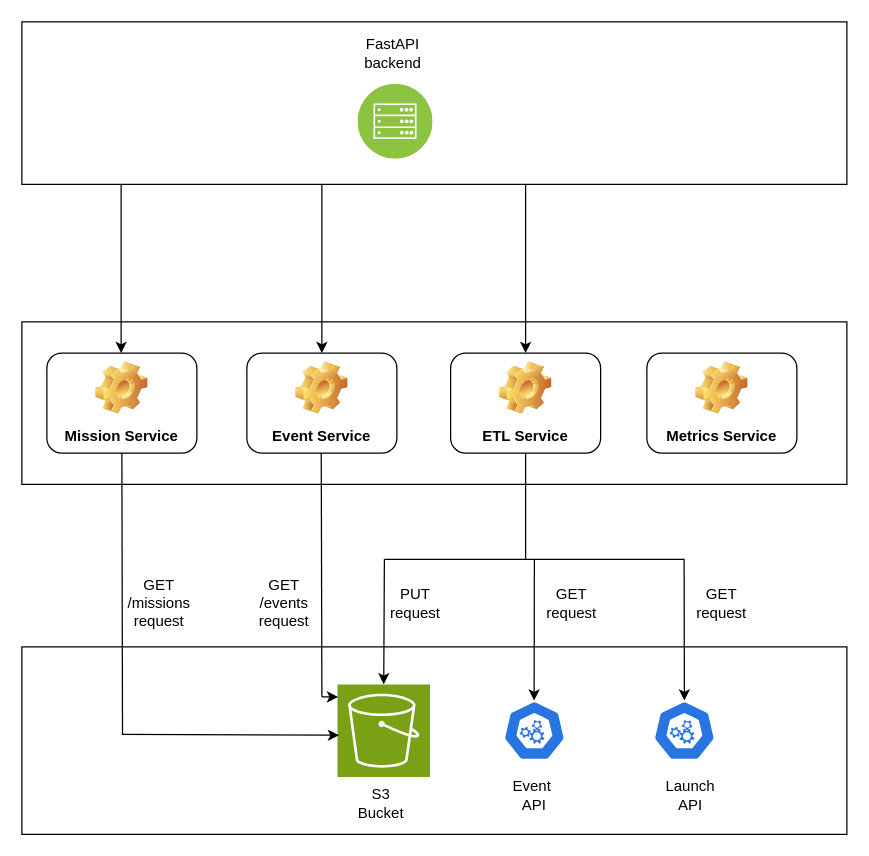
The draw.io diagram documents/SoftwareArchitecture.drawio in ImpulseTrain/GiveMeSomeSpace, before the edit. Source tidied: cells renumbered, new cells numbered last; positions are measured from the earlier drawing's top-left corner, leaving out a move shared by most shapes. Both pictures are drawn from the tidied source at 125%, with x=0, y=0 at pixel (21, 21).
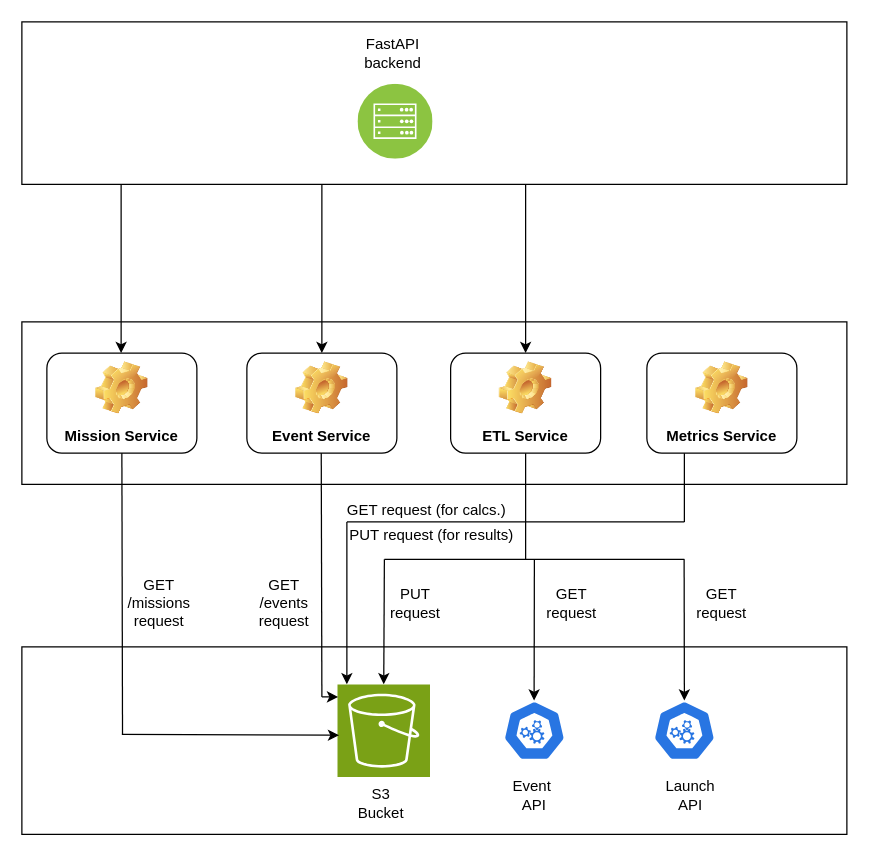
Above is the later version.

The change refers to these unchanged cells:
```xml
<mxCell id="17" value="Metrics Service" style="label;whiteSpace=wrap;html=1;align=center;verticalAlign=bottom;spacingLeft=0;spacingBottom=4;imageAlign=center;imageVerticalAlign=top;image=img/clipart/Gear_128x128.png;" parent="1" vertex="1">
  <mxGeometry x="500" y="265" width="120" height="80" as="geometry" />
</mxCell>
```

Diff of the diagram source:
```diff
@@
+    <mxCell id="34" style="endArrow=none;html=1;rounded=0;entryX=0.25;entryY=1;entryDx=0;entryDy=0;startArrow=none;startFill=0;" parent="1" edge="1" target="17">
+      <mxGeometry relative="1" as="geometry">
+        <mxPoint x="530" y="400" as="sourcePoint" />
+      </mxGeometry>
+    </mxCell>
+    <mxCell id="35" style="endArrow=none;html=1;rounded=0;" parent="1" edge="1">
+      <mxGeometry relative="1" as="geometry">
+        <mxPoint x="260" y="400" as="sourcePoint" />
+        <mxPoint x="530" y="400" as="targetPoint" />
+      </mxGeometry>
+    </mxCell>
+    <mxCell id="36" style="endArrow=none;html=1;rounded=0;startArrow=classic;startFill=1;" parent="1" edge="1">
+      <mxGeometry relative="1" as="geometry">
+        <mxPoint x="260" y="530" as="sourcePoint" />
+        <mxPoint x="260" y="400" as="targetPoint" />
+      </mxGeometry>
+    </mxCell>
+    <mxCell id="37" value="GET request (for calcs.)" style="text;html=1;whiteSpace=wrap;strokeColor=none;fillColor=none;align=center;verticalAlign=middle;rounded=0;" parent="1" vertex="1">
+      <mxGeometry x="254" y="376" width="140" height="30" as="geometry" />
+    </mxCell>
+    <mxCell id="38" value="PUT request (for results)" style="text;html=1;whiteSpace=wrap;strokeColor=none;fillColor=none;align=center;verticalAlign=middle;rounded=0;" parent="1" vertex="1">
+      <mxGeometry x="258" y="396" width="140" height="30" as="geometry" />
+    </mxCell>
```
